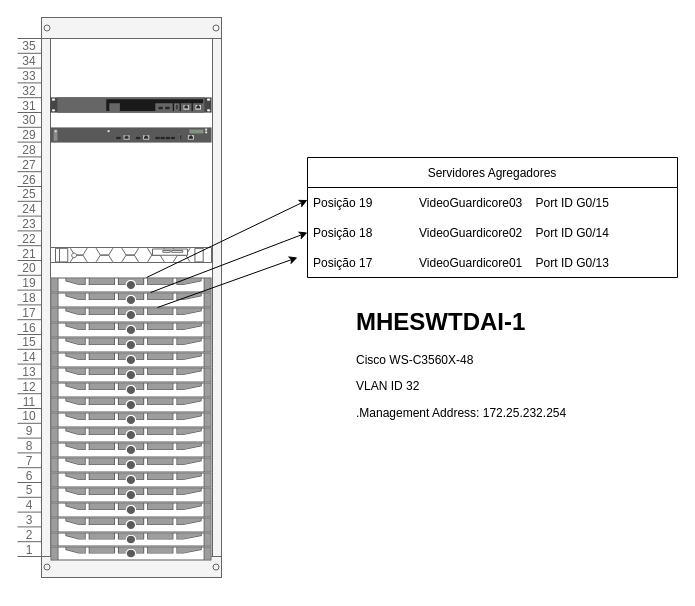
Earlier version of the draw.io diagram infra_VOC.drawio (eloyx3x/Diagramas). Source tidied: cells renumbered, new cells numbered last; positions are measured from the earlier drawing's top-left corner, leaving out a move shared by most shapes. Both pictures are drawn from the tidied source at 100%, with x=0, y=0 at pixel (17, 17).
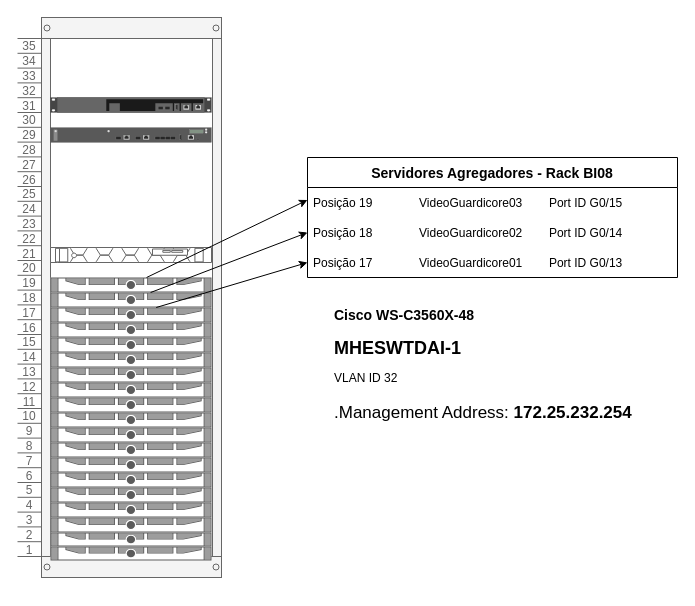
The same diagram, later.

Unchanged cells that the change refers to:
```xml
<mxCell id="8" style="strokeColor=#666666;html=1;labelPosition=right;align=left;spacingLeft=15;shadow=0;dashed=0;outlineConnect=0;shape=mxgraph.rack.dell.poweredge_630;" parent="2" vertex="1">
  <mxGeometry x="33" y="290" width="161" height="15" as="geometry" />
</mxCell>
```

Diff of the diagram source:
```diff
@@
-    <mxCell id="25" value="Servidores Agregadores" style="swimlane;fontStyle=0;horizontal=1;startSize=30;" parent="1" vertex="1">
+    <mxCell id="25" value="Servidores Agregadores - Rack BI08" style="swimlane;fontStyle=1;horizontal=1;startSize=30;fontSize=14;" parent="1" vertex="1">
       <mxGeometry x="290" y="140" width="370" height="120" as="geometry" />
     </mxCell>
-    <mxCell id="26" value="Posição 19              VideoGuardicore03    Port ID G0/15" style="text;strokeColor=none;fillColor=none;align=left;verticalAlign=middle;spacingLeft=4;spacingRight=4;overflow=hidden;" parent="25" vertex="1">
+    <mxCell id="26" value="Posição 19              VideoGuardicore03        Port ID G0/15" style="text;strokeColor=none;fillColor=none;align=left;verticalAlign=middle;spacingLeft=4;spacingRight=4;overflow=hidden;" parent="25" vertex="1">
       <mxGeometry y="30" width="370" height="30" as="geometry" />
     </mxCell>
-    <mxCell id="27" value="Posição 18              VideoGuardicore02    Port ID G0/14" style="text;strokeColor=none;fillColor=none;align=left;verticalAlign=middle;spacingLeft=4;spacingRight=4;overflow=hidden;points=[[0,0.5],[1,0.5]];portConstraint=eastwest;" parent="25" vertex="1">
+    <mxCell id="27" value="Posição 18              VideoGuardicore02        Port ID G0/14" style="text;strokeColor=none;fillColor=none;align=left;verticalAlign=middle;spacingLeft=4;spacingRight=4;overflow=hidden;points=[[0,0.5],[1,0.5]];portConstraint=eastwest;" parent="25" vertex="1">
       <mxGeometry y="60" width="370" height="30" as="geometry" />
     </mxCell>
-    <mxCell id="28" value="Posição 17              VideoGuardicore01    Port ID G0/13   " style="text;strokeColor=none;fillColor=none;align=left;verticalAlign=middle;spacingLeft=4;spacingRight=4;overflow=hidden;points=[[0,0.5],[1,0.5]];portConstraint=eastwest;" parent="25" vertex="1">
+    <mxCell id="28" value="Posição 17              VideoGuardicore01        Port ID G0/13   " style="text;strokeColor=none;fillColor=none;align=left;verticalAlign=middle;spacingLeft=4;spacingRight=4;overflow=hidden;points=[[0,0.5],[1,0.5]];portConstraint=eastwest;" parent="25" vertex="1">
       <mxGeometry y="90" width="370" height="30" as="geometry" />
     </mxCell>
-    <mxCell id="29" style="endArrow=classic;html=1;rounded=0;" parent="1" edge="1">
-      <mxGeometry relative="1" as="geometry">
-        <mxPoint x="140" y="290" as="sourcePoint" />
-        <mxPoint x="280" y="240" as="targetPoint" />
-      </mxGeometry>
+    <mxCell id="29" style="endArrow=classic;html=1;rounded=0;entryX=0;entryY=0.5;entryDx=0;entryDy=0;entryPerimeter=0;" parent="1" edge="1" source="8" target="28">
+      <mxGeometry relative="1" as="geometry" />
     </mxCell>
@@
-    <mxCell id="32" value="&lt;h1&gt;MHESWTDAI-1&lt;/h1&gt;&lt;p&gt;Cisco WS-C3560X-48&lt;/p&gt;&lt;p&gt;VLAN ID 32&lt;/p&gt;&lt;p&gt;.Management Address: 172.25.232.254&lt;br&gt;&lt;/p&gt;" style="text;html=1;strokeColor=none;fillColor=none;spacing=5;spacingTop=-20;whiteSpace=wrap;overflow=hidden;rounded=0;" parent="1" vertex="1">
-      <mxGeometry x="334" y="285" width="310" height="140" as="geometry" />
+    <mxCell id="32" value="&lt;h1 style=&quot;font-size: 18px;&quot;&gt;&lt;font style=&quot;font-size: 14px;&quot;&gt;Cisco WS-C3560X-48&lt;/font&gt;&lt;/h1&gt;&lt;h1 style=&quot;font-size: 18px;&quot;&gt;&lt;font style=&quot;font-size: 18px;&quot;&gt;MHESWTDAI-1&lt;/font&gt;&lt;/h1&gt;&lt;p&gt;VLAN ID 32&lt;/p&gt;&lt;p style=&quot;font-size: 17px;&quot;&gt;.Management Address: &lt;b&gt;&lt;font style=&quot;font-size: 17px;&quot;&gt;172.25.232.254&lt;/font&gt;&lt;/b&gt;&lt;br&gt;&lt;/p&gt;" style="text;html=1;strokeColor=none;fillColor=none;spacing=5;spacingTop=-20;whiteSpace=wrap;overflow=hidden;rounded=0;" parent="1" vertex="1">
+      <mxGeometry x="312" y="285" width="326" height="155" as="geometry" />
     </mxCell>
```
